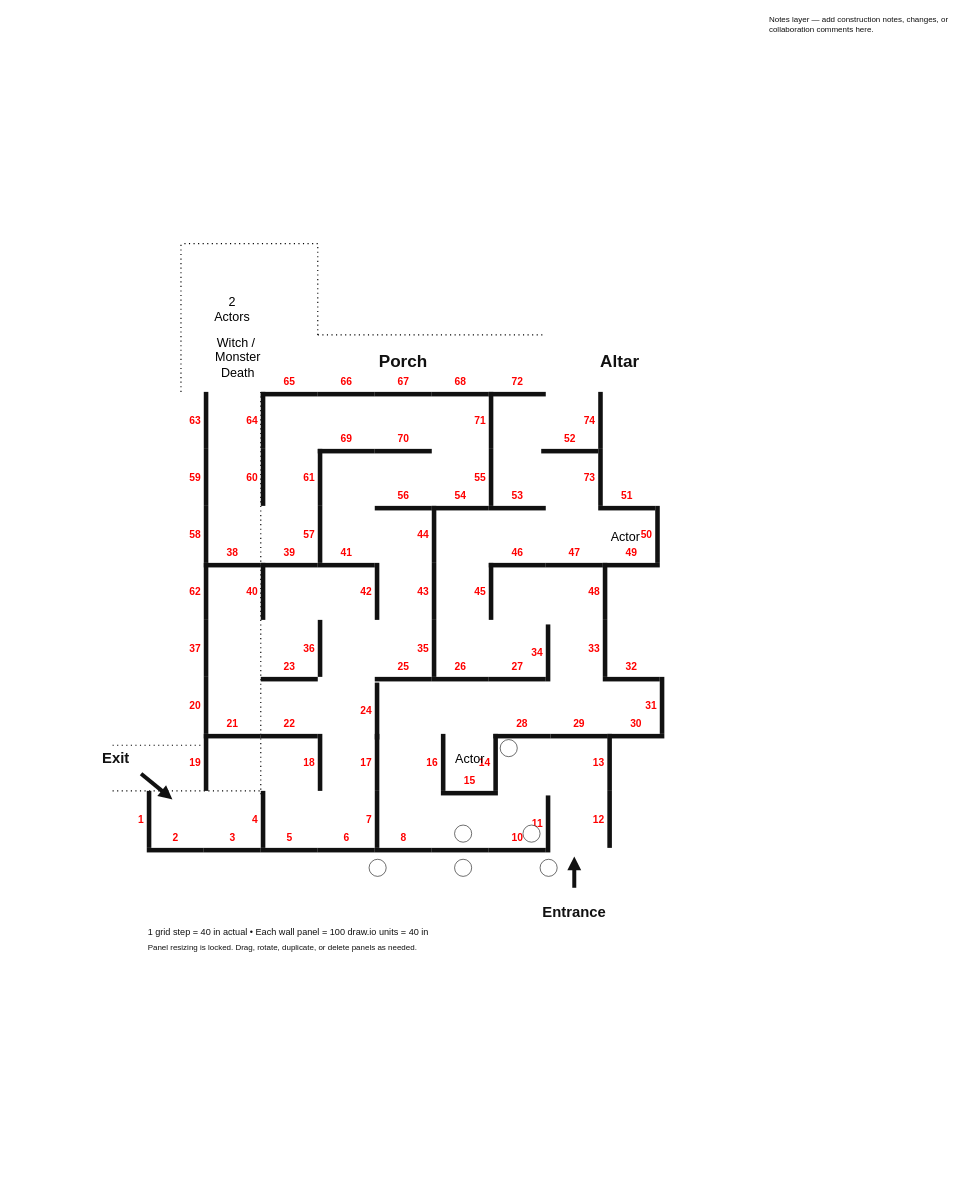
The draw.io diagram 2026_yard_haunt.drawio in mindblender/2026-yard-haunt, before the edit. Source tidied: cells renumbered, new cells numbered last; positions are measured from the earlier drawing's top-left corner, leaving out a move shared by most shapes. Both pictures are drawn from the tidied source at 57%, with x=0, y=0 at pixel (101, 10).
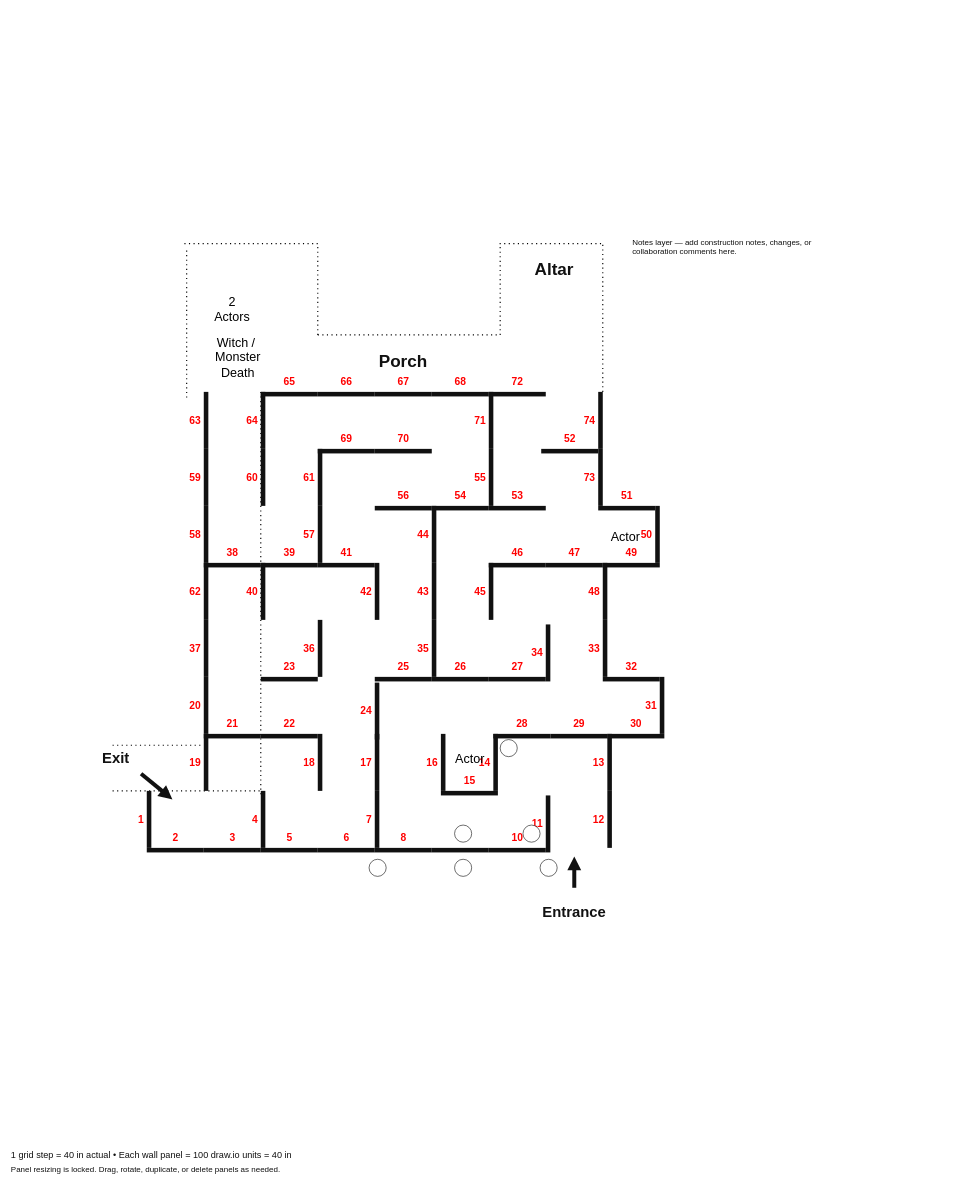
After the change.

Commit message:
Added alter wall area

What changed in the source:
```diff
@@
     <mxCell id="6" style="endArrow=none;dashed=1;html=1;dashPattern=1 3;strokeWidth=2;rounded=0;" parent="2" edge="1">
       <mxGeometry relative="1" as="geometry">
         <mxPoint x="380" y="570" as="sourcePoint" />
-        <mxPoint x="780" y="570" as="targetPoint" />
+        <mxPoint x="700" y="570" as="targetPoint" />
       </mxGeometry>
     </mxCell>
@@
     <mxCell id="9" style="endArrow=none;dashed=1;html=1;dashPattern=1 3;strokeWidth=2;rounded=0;" parent="2" edge="1">
       <mxGeometry relative="1" as="geometry">
-        <mxPoint x="140" y="670" as="sourcePoint" />
-        <mxPoint x="140" y="410" as="targetPoint" />
+        <mxPoint x="880" y="670" as="sourcePoint" />
+        <mxPoint x="880" y="410" as="targetPoint" />
       </mxGeometry>
     </mxCell>
+    <mxCell id="116" style="endArrow=none;dashed=1;html=1;dashPattern=1 3;strokeWidth=2;rounded=0;" parent="2" edge="1">
+      <mxGeometry relative="1" as="geometry">
+        <mxPoint x="150" y="680" as="sourcePoint" />
+        <mxPoint x="150" y="420" as="targetPoint" />
+      </mxGeometry>
+    </mxCell>
+    <mxCell id="117" style="endArrow=none;dashed=1;html=1;dashPattern=1 3;strokeWidth=2;rounded=0;" parent="2" edge="1">
+      <mxGeometry relative="1" as="geometry">
+        <mxPoint x="877" y="410" as="sourcePoint" />
+        <mxPoint x="697" y="410" as="targetPoint" />
+      </mxGeometry>
+    </mxCell>
+    <mxCell id="118" style="endArrow=none;dashed=1;html=1;dashPattern=1 3;strokeWidth=2;rounded=0;" parent="2" edge="1">
+      <mxGeometry relative="1" as="geometry">
+        <mxPoint x="700" y="570" as="sourcePoint" />
+        <mxPoint x="700" y="410" as="targetPoint" />
+      </mxGeometry>
+    </mxCell>
@@
     <mxCell id="87" value="Altar" style="text;html=1;strokeColor=none;fillColor=none;align=center;verticalAlign=middle;whiteSpace=wrap;rounded=0;fontSize=30;fontFamily=Helvetica;fontColor=#111111;fontStyle=1;" parent="85" vertex="1">
-      <mxGeometry x="845" y="590" width="130" height="50" as="geometry" />
+      <mxGeometry x="730" y="430" width="130" height="50" as="geometry" />
     </mxCell>
@@
     <mxCell id="92" value="1 grid step = 40 in actual  •  Each wall panel = 100 draw.io units = 40 in" style="text;html=1;strokeColor=none;fillColor=none;align=left;verticalAlign=middle;whiteSpace=wrap;rounded=0;fontSize=16;fontFamily=Helvetica;fontColor=#111111;fontStyle=0;" parent="85" vertex="1">
-      <mxGeometry x="80" y="1600" width="650" height="35" as="geometry" />
+      <mxGeometry x="-160" y="1990" width="650" height="35" as="geometry" />
     </mxCell>
     <mxCell id="93" value="Panel resizing is locked. Drag, rotate, duplicate, or delete panels as needed." style="text;html=1;strokeColor=none;fillColor=none;align=left;verticalAlign=middle;whiteSpace=wrap;rounded=0;fontSize=14;fontFamily=Helvetica;fontColor=#111111;fontStyle=0;" parent="85" vertex="1">
-      <mxGeometry x="80" y="1630" width="650" height="30" as="geometry" />
+      <mxGeometry x="-160" y="2020" width="650" height="30" as="geometry" />
     </mxCell>
@@
     <mxCell id="108" value="Notes layer — add construction notes, changes, or collaboration comments here." style="text;html=1;strokeColor=none;fillColor=none;align=left;verticalAlign=middle;whiteSpace=wrap;rounded=0;fontSize=14;fontFamily=Helvetica;fontColor=#111111;fontStyle=0;" parent="107" vertex="1">
-      <mxGeometry x="1170" width="330" height="50" as="geometry" />
+      <mxGeometry x="930" y="390" width="330" height="50" as="geometry" />
     </mxCell>
```
